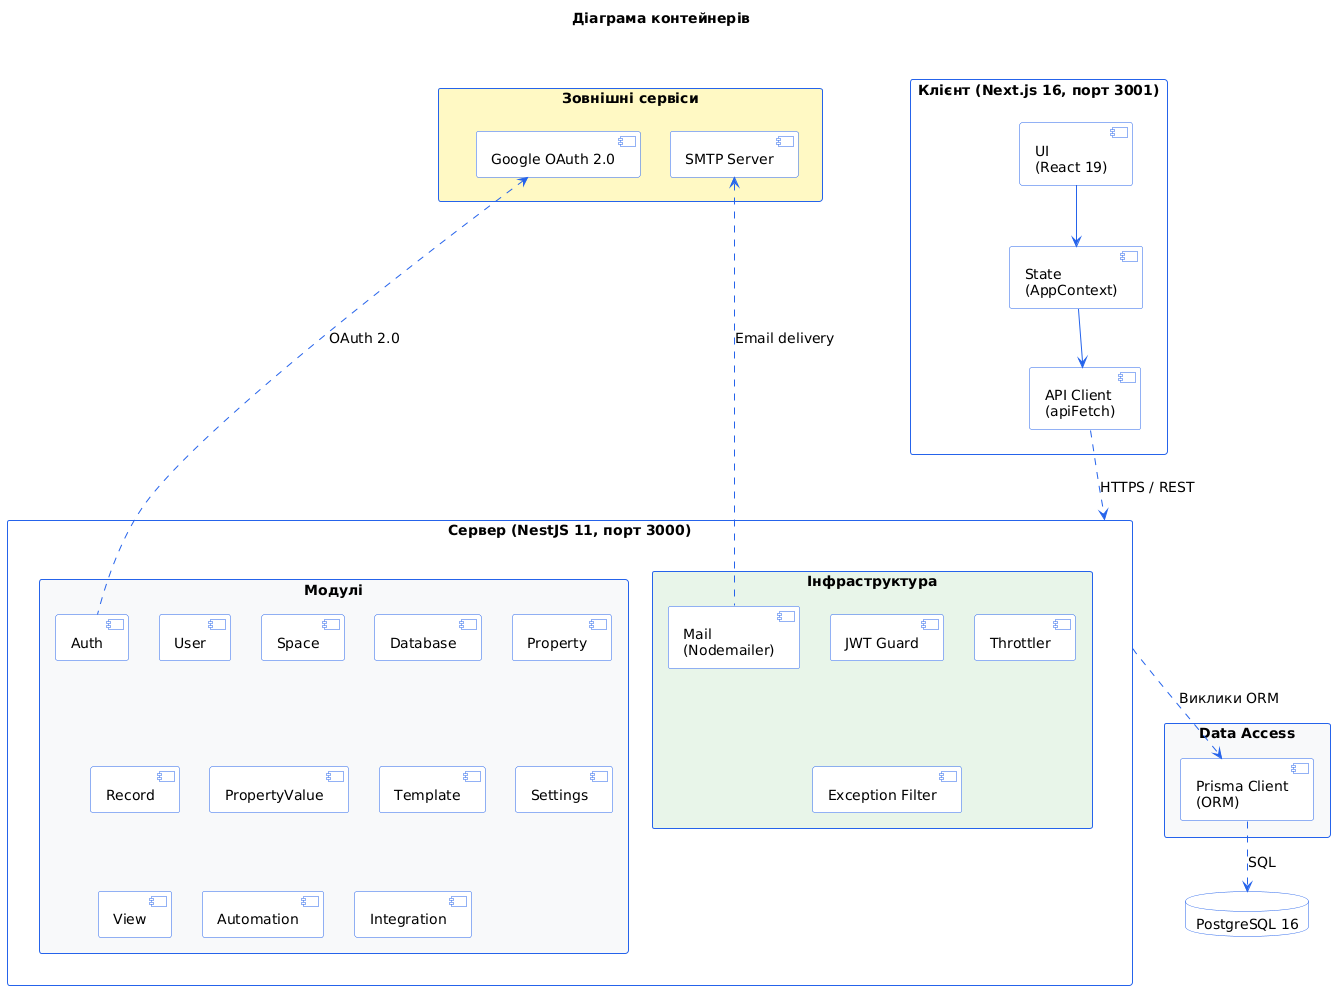
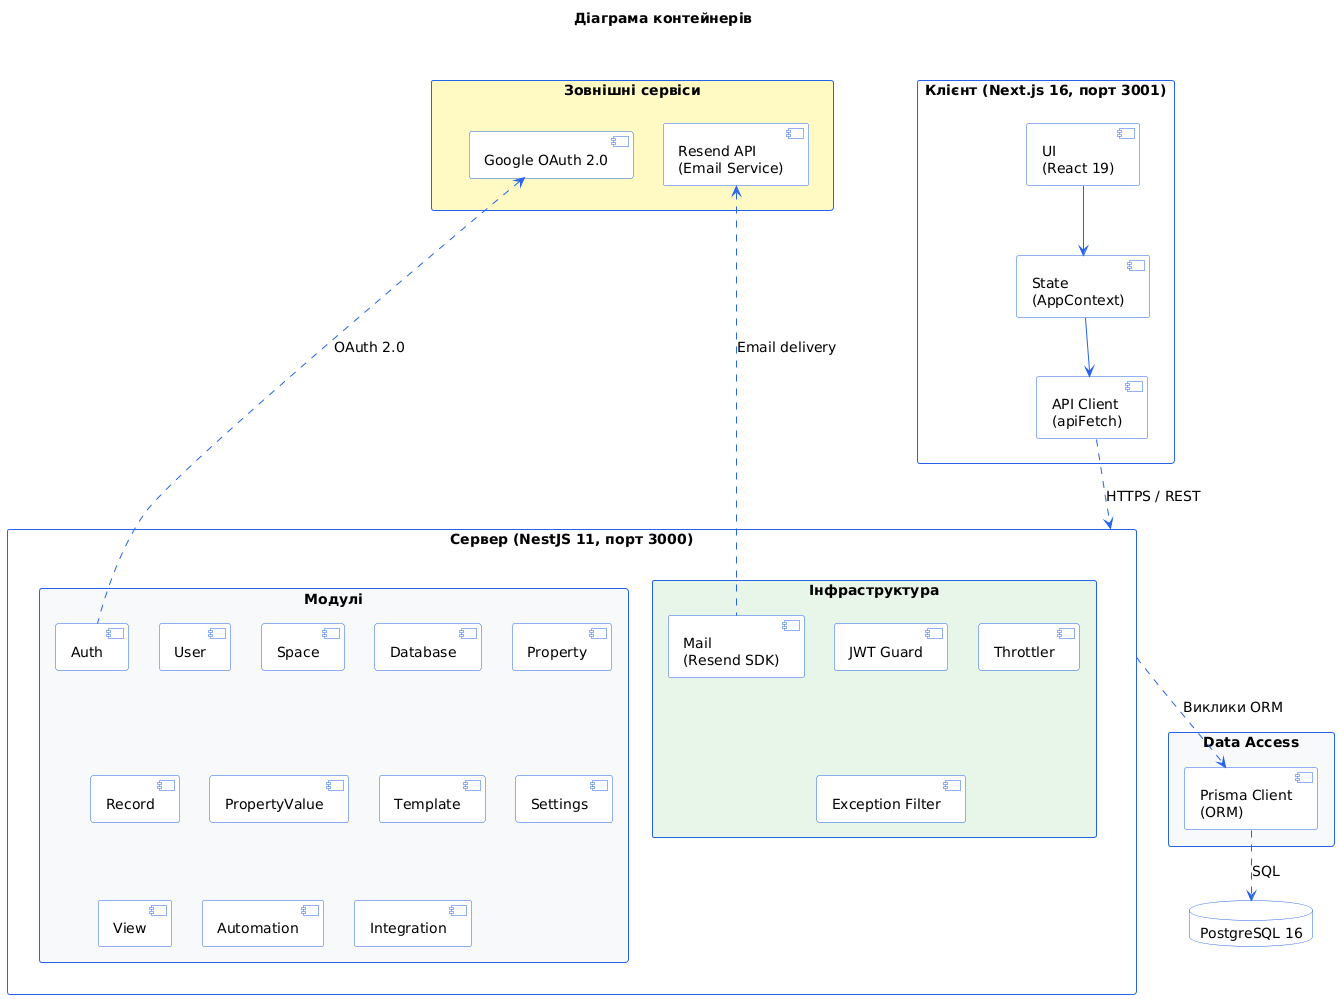
@startuml Container

skinparam backgroundColor #FFFFFF
skinparam shadowing false
skinparam packageStyle rectangle
skinparam defaultFontName "DejaVu Sans"
skinparam defaultFontSize 14
skinparam nodesep 30
skinparam ranksep 40

skinparam componentBackgroundColor #FFFFFF
skinparam componentBorderColor #2563eb
skinparam componentArrowColor #2563eb
skinparam packageBorderColor #2563eb
skinparam databaseBackgroundColor #FFFFFF
skinparam databaseBorderColor #2563eb
skinparam componentTextAlignment center

top to bottom direction

title Діаграма контейнерів

package "Зовнішні сервіси" as Ext_Box #FFF9C4 {
  component "Google OAuth 2.0" as Google
-   component "SMTP Server" as SMTP
+   component "Resend API\n(Email Service)" as Resend
}

package "Клієнт (Next.js 16, порт 3001)" as Client_Box #FFFFFF {
  component "UI\n(React 19)" as UI
  component "State\n(AppContext)" as State
  component "API Client\n(apiFetch)" as Client
}

package "Сервер (NestJS 11, порт 3000)" as Server_Box {
  package "Модулі" as Modules_Box #F8F9FA {
    component "Auth" as Auth
    component "User" as User
    component "Space" as Space
    component "Database" as DBModule
    component "Property" as Property
    component "Record" as Record
    component "PropertyValue" as PropValue
    component "Template" as Template
    component "Settings" as Settings
    component "View" as View
    component "Automation" as Automation
    component "Integration" as Integration
  }

  package "Інфраструктура" as Infra_Box #E8F5E9 {
-     component "Mail\n(Nodemailer)" as Mail
+     component "Mail\n(Resend SDK)" as Mail
    component "JWT Guard" as JWTGuard
    component "Throttler" as Throttler
    component "Exception Filter" as Filter
  }
}

package "Data Access" as Data_Box #F8F9FA {
  component "Prisma Client\n(ORM)" as Prisma
}

database "PostgreSQL 16" as DB

Ext_Box -[hidden]right-> Client_Box

UI --> State
State --> Client

Client ..> Server_Box : HTTPS / REST

Server_Box ..> Prisma : Виклики ORM

Prisma ..> DB : SQL

Google <.. Auth : OAuth 2.0

- SMTP <.. Mail : Email delivery
+ Resend <.. Mail : Email delivery

@enduml
